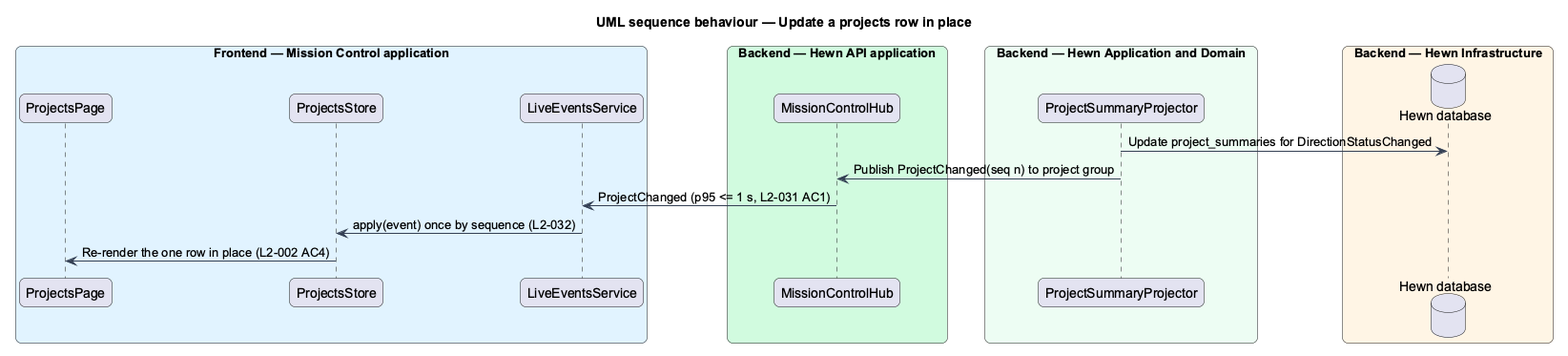
The PlantUML diagram docs/detailed-designs/projects/projects-list/diagrams/sequence-live-row-update.png in QuinntyneBrown/hewn, before a commit. Source of this version:
```plantuml
@startuml
title UML sequence behaviour — Update a projects row in place
skinparam backgroundColor #FFFFFF
skinparam shadowing false
skinparam roundcorner 12
skinparam defaultFontName Arial
skinparam ArrowColor #344054
skinparam rectangle {
  BorderColor #344054
  FontColor #101828
}
skinparam package {
  BorderColor #667085
  FontColor #101828
  BackgroundColor #F9FAFB
}
skinparam sequenceMessageAlign left
box "Frontend — Mission Control application" #E0F2FE
  participant "ProjectsPage" as page
  participant "ProjectsStore" as store
  participant "LiveEventsService" as live
end box
box "Backend — Hewn API application" #D1FADF
  participant "MissionControlHub" as hub
end box
box "Backend — Hewn Application and Domain" #ECFDF3
  participant "ProjectSummaryProjector" as proj
end box
box "Backend — Hewn Infrastructure" #FFF4E5
  database "Hewn database" as db
end box
proj -> db : Update project_summaries for DirectionStatusChanged
proj -> hub : Publish ProjectChanged(seq n) to project group
hub -> live : ProjectChanged (p95 <= 1 s, L2-031 AC1)
live -> store : apply(event) once by sequence (L2-032)
store -> page : Re-render the one row in place (L2-002 AC4)
@enduml
```
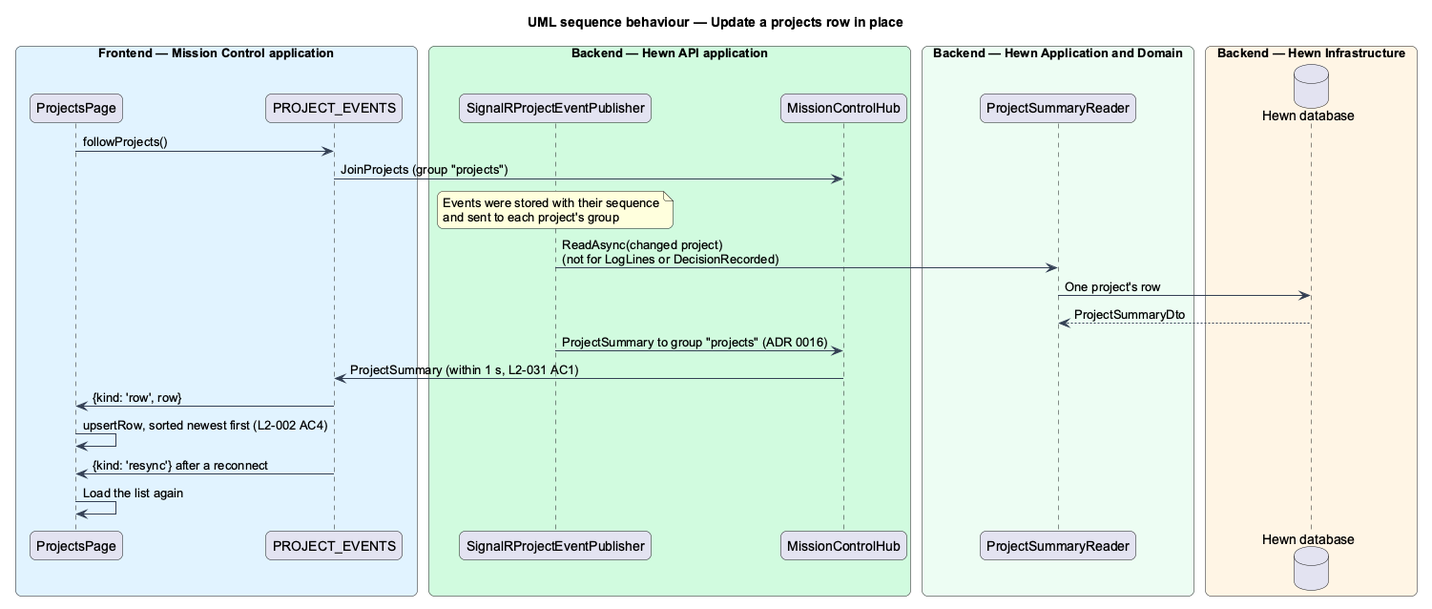
Above is the later version.

Change to the diagram source:
```diff
@@ -17,21 +17,28 @@
 skinparam sequenceMessageAlign left
 box "Frontend — Mission Control application" #E0F2FE
   participant "ProjectsPage" as page
-  participant "ProjectsStore" as store
-  participant "LiveEventsService" as live
+  participant "PROJECT_EVENTS" as live
 end box
 box "Backend — Hewn API application" #D1FADF
+  participant "SignalRProjectEventPublisher" as pub
   participant "MissionControlHub" as hub
 end box
 box "Backend — Hewn Application and Domain" #ECFDF3
-  participant "ProjectSummaryProjector" as proj
+  participant "ProjectSummaryReader" as reader
 end box
 box "Backend — Hewn Infrastructure" #FFF4E5
   database "Hewn database" as db
 end box
-proj -> db : Update project_summaries for DirectionStatusChanged
-proj -> hub : Publish ProjectChanged(seq n) to project group
-hub -> live : ProjectChanged (p95 <= 1 s, L2-031 AC1)
-live -> store : apply(event) once by sequence (L2-032)
-store -> page : Re-render the one row in place (L2-002 AC4)
+page -> live : followProjects()
+live -> hub : JoinProjects (group "projects")
+note over pub : Events were stored with their sequence\nand sent to each project's group
+pub -> reader : ReadAsync(changed project)\n(not for LogLines or DecisionRecorded)
+reader -> db : One project's row
+db --> reader : ProjectSummaryDto
+pub -> hub : ProjectSummary to group "projects" (ADR 0016)
+hub -> live : ProjectSummary (within 1 s, L2-031 AC1)
+live -> page : {kind: 'row', row}
+page -> page : upsertRow, sorted newest first (L2-002 AC4)
+live -> page : {kind: 'resync'} after a reconnect
+page -> page : Load the list again
 @enduml
```
